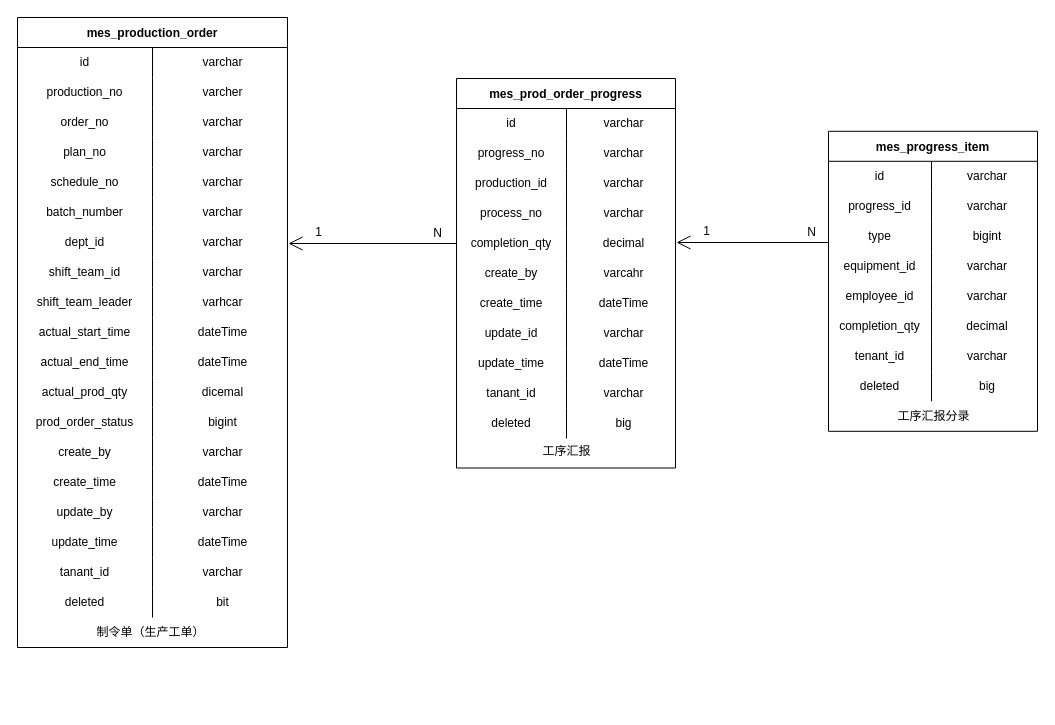
The draw.io diagram page "制令单管理" (1 of 7) of 数据表.drawio in KNAI-I/test, before the edit. Source tidied: cells renumbered, new cells numbered last; positions are measured from the earlier drawing's top-left corner, leaving out a move shared by most shapes. Both pictures are drawn from the tidied source at 100%, with x=0, y=0 at pixel (17, 17).
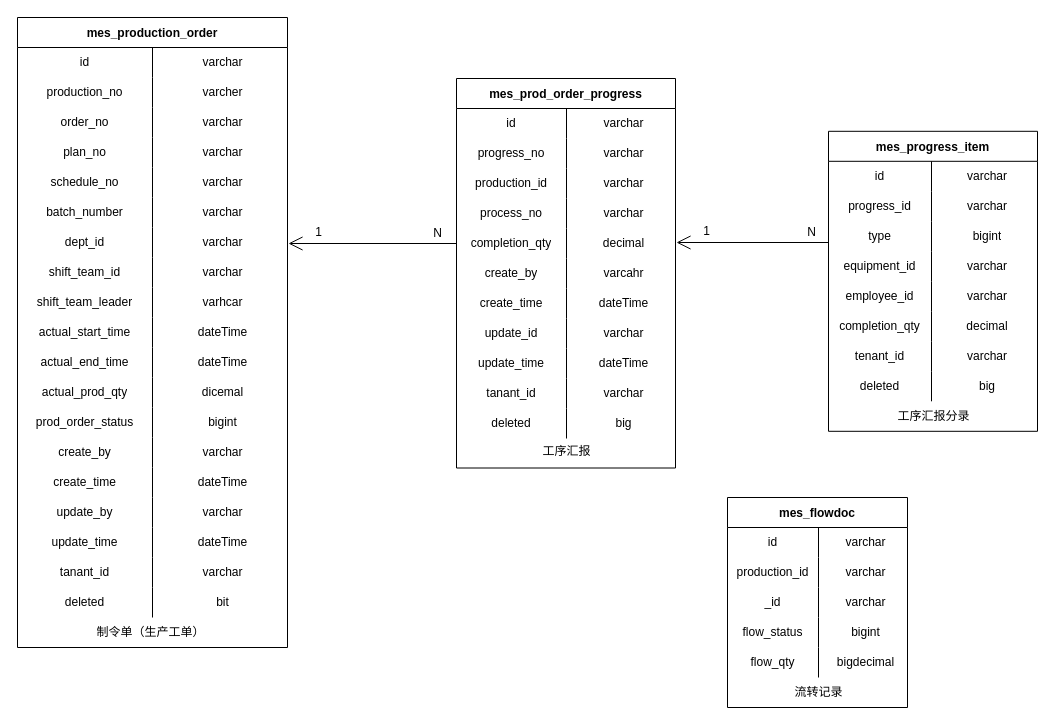
The same page after the edit.

Commit message:
更新数据表.drawio

What changed in the source:
```diff
@@
+    <mxCell id="128" value="mes_flowdoc" style="shape=table;startSize=30;childLayout=tableLayout;rowLines=0;fontStyle=1;" parent="1" vertex="1">
+      <mxGeometry x="710" y="480" width="180" height="210" as="geometry" />
+    </mxCell>
+    <mxCell id="129" style="shape=tableRow;horizontal=0;startSize=0;swimlaneHead=0;swimlaneBody=0;top=0;left=0;bottom=0;right=0;fillColor=none;" parent="128" vertex="1">
+      <mxGeometry y="30" width="180" height="30" as="geometry" />
+    </mxCell>
+    <mxCell id="130" value="id" style="shape=partialRectangle;html=1;whiteSpace=wrap;fillColor=none;top=0;left=0;bottom=0;right=0;overflow=hidden;" parent="129" vertex="1">
+      <mxGeometry width="91" height="30" as="geometry" />
+    </mxCell>
+    <mxCell id="131" value="varchar" style="shape=partialRectangle;html=1;whiteSpace=wrap;fillColor=none;top=0;left=0;bottom=0;right=0;align=center;spacingLeft=6;overflow=hidden;" parent="129" vertex="1">
+      <mxGeometry x="91" width="89" height="30" as="geometry" />
+    </mxCell>
+    <mxCell id="132" style="shape=tableRow;horizontal=0;startSize=0;swimlaneHead=0;swimlaneBody=0;top=0;left=0;bottom=0;right=0;fillColor=none;" parent="128" vertex="1">
+      <mxGeometry y="60" width="180" height="30" as="geometry" />
+    </mxCell>
+    <mxCell id="133" value="production_id" style="shape=partialRectangle;html=1;whiteSpace=wrap;fillColor=none;top=0;left=0;bottom=0;right=0;overflow=hidden;" parent="132" vertex="1">
+      <mxGeometry width="91" height="30" as="geometry" />
+    </mxCell>
+    <mxCell id="134" value="varchar" style="shape=partialRectangle;html=1;whiteSpace=wrap;fillColor=none;top=0;left=0;bottom=0;right=0;align=center;spacingLeft=6;overflow=hidden;" parent="132" vertex="1">
+      <mxGeometry x="91" width="89" height="30" as="geometry" />
+    </mxCell>
+    <mxCell id="135" style="shape=tableRow;horizontal=0;startSize=0;swimlaneHead=0;swimlaneBody=0;top=0;left=0;bottom=0;right=0;fillColor=none;" parent="128" vertex="1">
+      <mxGeometry y="90" width="180" height="30" as="geometry" />
+    </mxCell>
+    <mxCell id="136" value="_id" style="shape=partialRectangle;html=1;whiteSpace=wrap;fillColor=none;top=0;left=0;bottom=0;right=0;overflow=hidden;" parent="135" vertex="1">
+      <mxGeometry width="91" height="30" as="geometry" />
+    </mxCell>
+    <mxCell id="137" value="varchar" style="shape=partialRectangle;html=1;whiteSpace=wrap;fillColor=none;top=0;left=0;bottom=0;right=0;align=center;spacingLeft=6;overflow=hidden;" parent="135" vertex="1">
+      <mxGeometry x="91" width="89" height="30" as="geometry" />
+    </mxCell>
+    <mxCell id="138" style="shape=tableRow;horizontal=0;startSize=0;swimlaneHead=0;swimlaneBody=0;top=0;left=0;bottom=0;right=0;fillColor=none;" parent="128" vertex="1">
+      <mxGeometry y="120" width="180" height="30" as="geometry" />
+    </mxCell>
+    <mxCell id="139" value="flow_status" style="shape=partialRectangle;html=1;whiteSpace=wrap;fillColor=none;top=0;left=0;bottom=0;right=0;overflow=hidden;" parent="138" vertex="1">
+      <mxGeometry width="91" height="30" as="geometry" />
+    </mxCell>
+    <mxCell id="140" value="bigint" style="shape=partialRectangle;html=1;whiteSpace=wrap;fillColor=none;top=0;left=0;bottom=0;right=0;align=center;spacingLeft=6;overflow=hidden;" parent="138" vertex="1">
+      <mxGeometry x="91" width="89" height="30" as="geometry" />
+    </mxCell>
+    <mxCell id="141" style="shape=tableRow;horizontal=0;startSize=0;swimlaneHead=0;swimlaneBody=0;top=0;left=0;bottom=0;right=0;fillColor=none;" parent="128" vertex="1">
+      <mxGeometry y="150" width="180" height="30" as="geometry" />
+    </mxCell>
+    <mxCell id="142" value="flow_qty" style="shape=partialRectangle;html=1;whiteSpace=wrap;fillColor=none;top=0;left=0;bottom=0;right=0;overflow=hidden;" parent="141" vertex="1">
+      <mxGeometry width="91" height="30" as="geometry" />
+    </mxCell>
+    <mxCell id="143" value="bigdecimal" style="shape=partialRectangle;html=1;whiteSpace=wrap;fillColor=none;top=0;left=0;bottom=0;right=0;align=center;spacingLeft=6;overflow=hidden;" parent="141" vertex="1">
+      <mxGeometry x="91" width="89" height="30" as="geometry" />
+    </mxCell>
+    <mxCell id="144" value="流转记录" style="text;html=1;align=center;verticalAlign=middle;strokeColor=none;fillColor=none;" parent="1" vertex="1">
+      <mxGeometry x="768" y="662" width="66" height="26" as="geometry" />
+    </mxCell>
```
